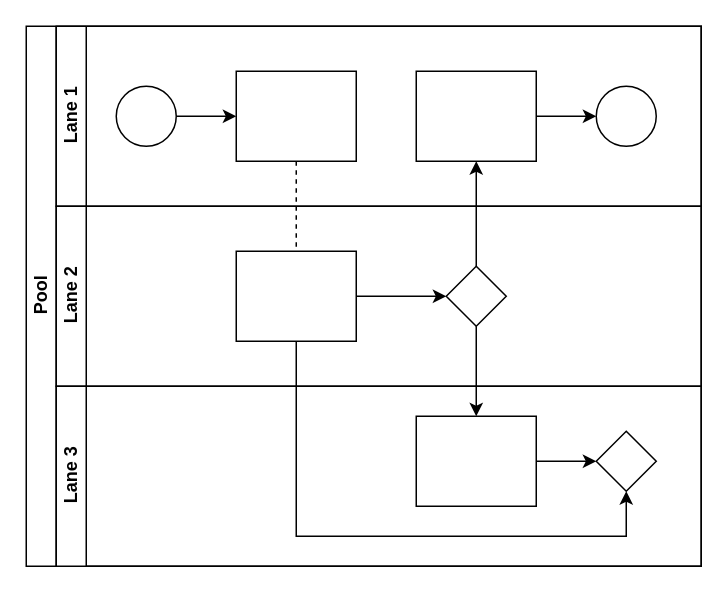
Before: Untitled Diagram.drawio in gptbert/awesome-totally-open-chatgpt, a draw.io diagram. Source tidied: cells renumbered, new cells numbered last; positions are measured from the earlier drawing's top-left corner, leaving out a move shared by most shapes. Both pictures are drawn from the tidied source at 150%, with x=0, y=0 at pixel (26, 26).
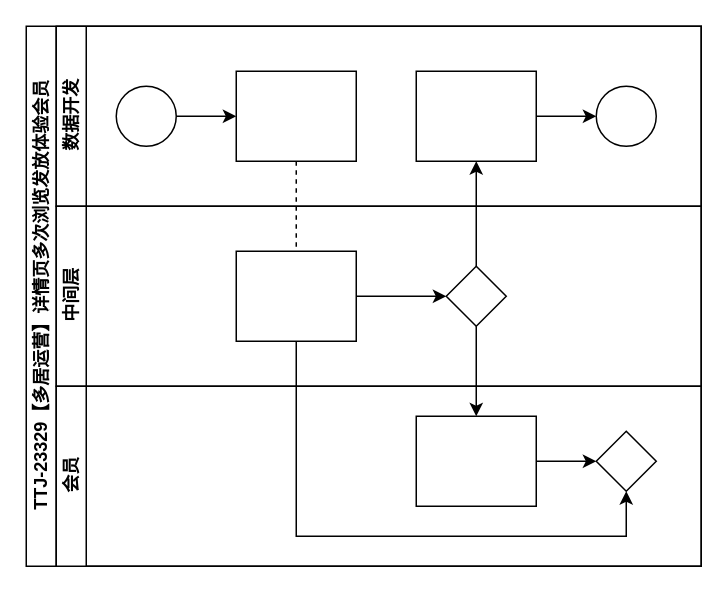
Above is the later version.

The edit, as a diff of the source:
```diff
@@
-    <mxCell id="2" value="Pool" style="swimlane;html=1;horizontal=0;startSize=20;" parent="1" vertex="1">
+    <mxCell id="2" value="TTJ-23329【多居运营】详情页多次浏览发放体验会员" style="swimlane;html=1;horizontal=0;startSize=20;" parent="1" vertex="1">
       <mxGeometry width="450" height="360" as="geometry" />
     </mxCell>
@@
-    <mxCell id="7" value="Lane 1" style="swimlane;html=1;startSize=20;horizontal=0;" parent="2" vertex="1">
+    <mxCell id="7" value="数据开发" style="swimlane;html=1;startSize=20;horizontal=0;" parent="2" vertex="1">
       <mxGeometry x="20" width="430" height="120" as="geometry" />
     </mxCell>
@@
-    <mxCell id="14" value="Lane 2" style="swimlane;html=1;startSize=20;horizontal=0;" parent="2" vertex="1">
+    <mxCell id="14" value="中间层" style="swimlane;html=1;startSize=20;horizontal=0;" parent="2" vertex="1">
       <mxGeometry x="20" y="120" width="430" height="120" as="geometry" />
     </mxCell>
@@
-    <mxCell id="18" value="Lane 3" style="swimlane;html=1;startSize=20;horizontal=0;" parent="2" vertex="1">
+    <mxCell id="18" value="会员" style="swimlane;html=1;startSize=20;horizontal=0;" parent="2" vertex="1">
       <mxGeometry x="20" y="240" width="430" height="120" as="geometry" />
     </mxCell>
```
